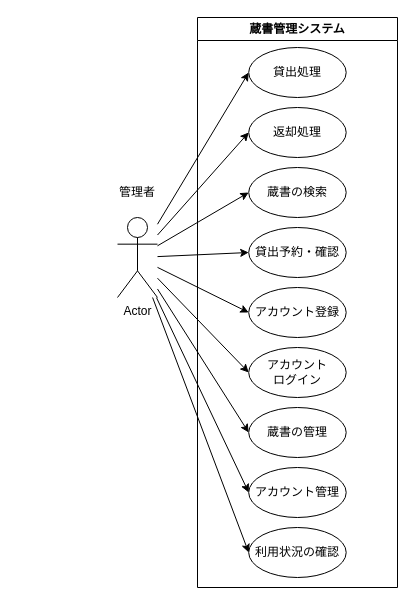
OMEGA-himajin/book_database keeps this draw.io diagram as documents/diagrams/ユースケース図.drawio. Above is the earlier version. Source tidied: cells renumbered, new cells numbered last; positions are measured from the earlier drawing's top-left corner, leaving out a move shared by most shapes. Both pictures are drawn from the tidied source at 100%, with x=0, y=0 at pixel (107, 17).
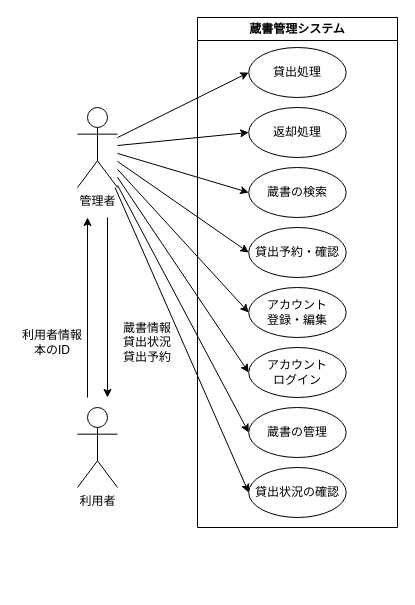
The same page after the edit.

Commit message:
doc: fixed usecase diagram

What changed in the source:
```diff
@@
-    <mxCell id="9" style="edgeStyle=none;html=1;entryX=0;entryY=0.5;entryDx=0;entryDy=0;strokeColor=#000000;fontColor=#000000;" parent="1" edge="1" source="11" target="20">
-      <mxGeometry relative="1" as="geometry" />
-    </mxCell>
@@
-    <mxCell id="11" value="Actor" style="shape=umlActor;verticalLabelPosition=bottom;verticalAlign=top;html=1;outlineConnect=0;fillColor=none;strokeColor=#000000;" parent="1" vertex="1">
-      <mxGeometry x="10" y="200" width="40" height="80" as="geometry" />
+    <mxCell id="11" value="&lt;font color=&quot;#000000&quot;&gt;管理者&lt;/font&gt;" style="shape=umlActor;verticalLabelPosition=bottom;verticalAlign=top;html=1;outlineConnect=0;fillColor=none;strokeColor=#000000;" parent="1" vertex="1">
+      <mxGeometry x="-30" y="90" width="40" height="80" as="geometry" />
     </mxCell>
     <mxCell id="12" value="&lt;font color=&quot;#000000&quot;&gt;蔵書管理システム&lt;/font&gt;" style="swimlane;whiteSpace=wrap;html=1;strokeColor=#000000;fillColor=none;" parent="1" vertex="1">
-      <mxGeometry x="90" width="200" height="570" as="geometry" />
+      <mxGeometry x="90" width="200" height="510" as="geometry" />
     </mxCell>
@@
-    <mxCell id="17" value="アカウント登録" style="ellipse;whiteSpace=wrap;html=1;strokeColor=#000000;fontColor=#000000;fillColor=none;" parent="12" vertex="1">
+    <mxCell id="17" value="アカウント&lt;br&gt;登録・編集" style="ellipse;whiteSpace=wrap;html=1;strokeColor=#000000;fontColor=#000000;fillColor=none;" parent="12" vertex="1">
       <mxGeometry x="51.2" y="270" width="97.5" height="50" as="geometry" />
     </mxCell>
@@
-    <mxCell id="20" value="アカウント管理" style="ellipse;whiteSpace=wrap;html=1;strokeColor=#000000;fontColor=#000000;fillColor=none;" parent="12" vertex="1">
-      <mxGeometry x="51.2" y="450" width="97.5" height="50" as="geometry" />
-    </mxCell>
-    <mxCell id="21" value="利用状況の確認" style="ellipse;whiteSpace=wrap;html=1;strokeColor=#000000;fontColor=#000000;fillColor=none;" parent="12" vertex="1">
-      <mxGeometry x="51.2" y="510" width="97.5" height="50" as="geometry" />
+    <mxCell id="21" value="貸出状況の確認" style="ellipse;whiteSpace=wrap;html=1;strokeColor=#000000;fontColor=#000000;fillColor=none;" parent="12" vertex="1">
+      <mxGeometry x="51.2" y="450" width="97.5" height="50" as="geometry" />
     </mxCell>
-    <mxCell id="22" value="管理者" style="text;html=1;strokeColor=none;fillColor=none;align=center;verticalAlign=middle;whiteSpace=wrap;rounded=0;fontColor=#000000;" parent="1" vertex="1">
-      <mxGeometry y="160" width="60" height="30" as="geometry" />
-    </mxCell>
+    <mxCell id="23" value="&lt;font color=&quot;#000000&quot;&gt;利用者&lt;/font&gt;" style="shape=umlActor;verticalLabelPosition=bottom;verticalAlign=top;html=1;fillColor=none;strokeColor=#000000;" parent="1" vertex="1">
+      <mxGeometry x="-30" y="390" width="40" height="80" as="geometry" />
+    </mxCell>
+    <mxCell id="24" style="endArrow=classic;html=1;strokeColor=#000000;fontColor=#000000;" parent="1" edge="1">
+      <mxGeometry relative="1" as="geometry">
+        <mxPoint x="-20" y="380" as="sourcePoint" />
+        <mxPoint x="-20" y="200" as="targetPoint" />
+      </mxGeometry>
+    </mxCell>
+    <mxCell id="25" style="endArrow=classic;html=1;strokeColor=#000000;fontColor=#000000;" parent="1" edge="1">
+      <mxGeometry relative="1" as="geometry">
+        <mxPoint y="200" as="sourcePoint" />
+        <mxPoint y="380" as="targetPoint" />
+      </mxGeometry>
+    </mxCell>
+    <mxCell id="26" value="利用者情報&lt;br&gt;本のID" style="text;html=1;strokeColor=none;fillColor=none;align=center;verticalAlign=middle;whiteSpace=wrap;rounded=0;fontColor=#000000;" parent="1" vertex="1">
+      <mxGeometry x="-90" y="310" width="70" height="30" as="geometry" />
+    </mxCell>
+    <mxCell id="27" value="蔵書情報&lt;br&gt;貸出状況&lt;br&gt;貸出予約" style="text;html=1;strokeColor=none;fillColor=none;align=center;verticalAlign=middle;whiteSpace=wrap;rounded=0;fontColor=#000000;" parent="1" vertex="1">
+      <mxGeometry x="10" y="310" width="60" height="30" as="geometry" />
+    </mxCell>
```
